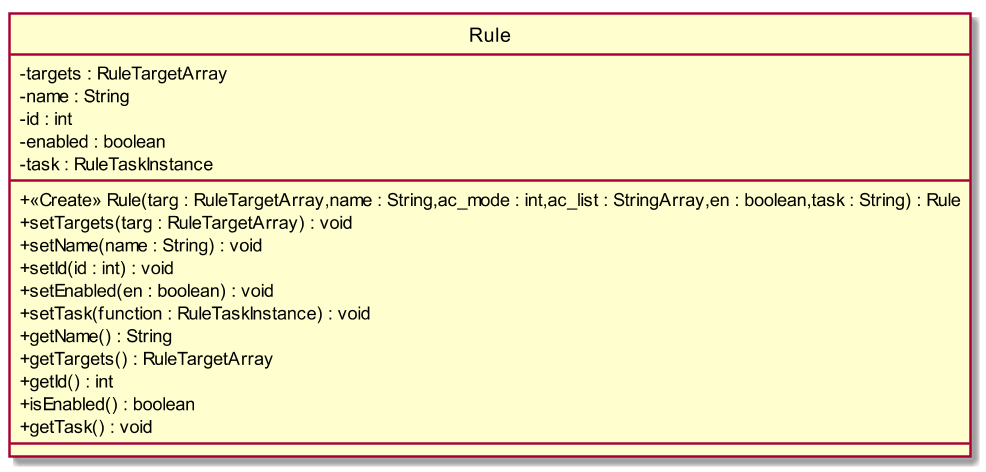
This is RQ/Esterni/DefinizioneDiProdotto/images/ClassRule.png from CoCodeSWE/Docs, a PlantUML export, as it was before one commit. The source it was exported from:
```plantuml
@startuml
scale 1000*1000
skinparam classAttributeIconSize 0
class Rule{
- targets : RuleTargetArray
- name : String
- id : int
- enabled : boolean
- task : RuleTaskInstance
__
+ <<Create>> Rule(targ : RuleTargetArray,name : String,ac_mode : int,ac_list : StringArray,en : boolean,task : String) : Rule
+ setTargets(targ : RuleTargetArray) : void
+ setName(name : String) : void
+ setId(id : int) : void
+ setEnabled(en : boolean) : void
+ setTask(function : RuleTaskInstance) : void
+ getName() : String
+ getTargets() : RuleTargetArray
+ getId() : int
+ isEnabled() : boolean
+ getTask() : void
__

}
hide circle
@enduml
```
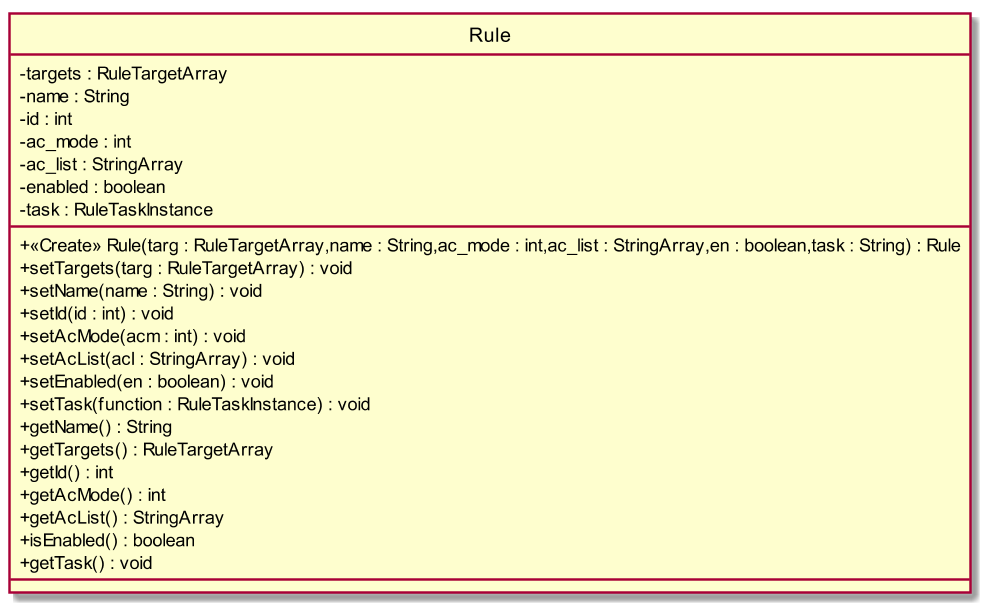
Above is the later version.

Diff of the diagram source:
```diff
@@ -5,6 +5,8 @@
 - targets : RuleTargetArray
 - name : String
 - id : int
+- ac_mode : int
+- ac_list : StringArray
 - enabled : boolean
 - task : RuleTaskInstance
 __
@@ -12,11 +14,15 @@
 + setTargets(targ : RuleTargetArray) : void
 + setName(name : String) : void
 + setId(id : int) : void
++ setAcMode(acm : int) : void
++ setAcList(acl : StringArray) : void
 + setEnabled(en : boolean) : void
 + setTask(function : RuleTaskInstance) : void
 + getName() : String
 + getTargets() : RuleTargetArray
 + getId() : int
++ getAcMode() : int
++ getAcList() : StringArray
 + isEnabled() : boolean
 + getTask() : void
 __
```
